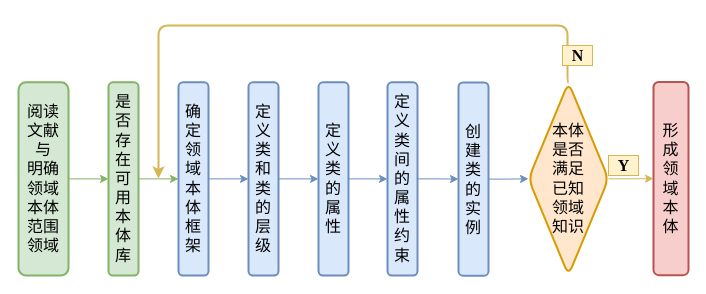
The draw.io diagram owl_build_method.drawio in junchaoIU/Diagrams_library, before the edit. Source tidied: cells renumbered, new cells numbered last; positions are measured from the earlier drawing's top-left corner, leaving out a move shared by most shapes. Both pictures are drawn from the tidied source at 100%, with x=0, y=0 at pixel (18, 25).
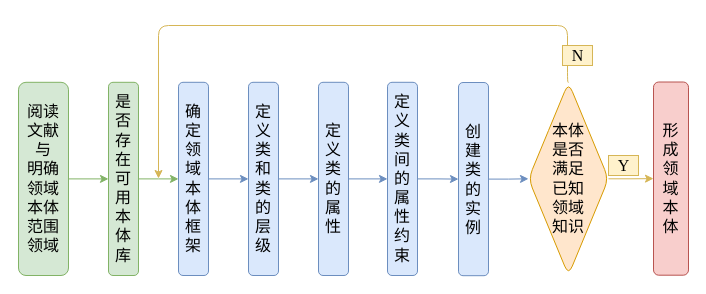
The same diagram, later.

Diff of the diagram source:
```diff
@@
-    <mxCell id="2" style="edgeStyle=orthogonalEdgeStyle;rounded=0;jettySize=auto;html=1;exitX=1;exitY=0.5;exitDx=0;exitDy=0;entryX=0;entryY=0.5;entryDx=0;entryDy=0;fontSize=16;fontStyle=0;fontFamily=Times New Roman;sketch=0;shadow=0;snapToPoint=0;fixDash=0;backgroundOutline=0;enumerate=0;comic=0;fillColor=#d5e8d4;strokeColor=#82b366;" parent="1" edge="1" source="3" target="16">
+    <mxCell id="2" style="edgeStyle=orthogonalEdgeStyle;rounded=0;jettySize=auto;html=1;exitX=1;exitY=0.5;exitDx=0;exitDy=0;entryX=0;entryY=0.5;entryDx=0;entryDy=0;fontSize=16;fontStyle=0;fontFamily=Times New Roman;sketch=0;shadow=0;snapToPoint=0;fixDash=0;backgroundOutline=0;enumerate=0;comic=0;fillColor=#d5e8d4;strokeColor=#82b366;strokeWidth=1;" parent="1" edge="1" source="3" target="16">
       <mxGeometry relative="1" as="geometry" />
     </mxCell>
-    <mxCell id="3" value="&lt;font style=&quot;font-size: 16px;&quot;&gt;&lt;span style=&quot;font-size: 16px;&quot;&gt;阅读文献与&lt;br style=&quot;font-size: 16px;&quot;&gt;明确领域本体范围领域&lt;/span&gt;&lt;/font&gt;" style="rounded=1;whiteSpace=wrap;html=1;strokeWidth=2;fontStyle=0;perimeterSpacing=0;spacing=3;fontSize=16;fontFamily=Times New Roman;sketch=0;shadow=0;snapToPoint=0;fixDash=0;backgroundOutline=0;enumerate=0;comic=0;fillColor=#d5e8d4;strokeColor=#82b366;" parent="1" vertex="1">
+    <mxCell id="3" value="&lt;font style=&quot;font-size: 16px;&quot;&gt;&lt;span style=&quot;font-size: 16px;&quot;&gt;阅读文献与&lt;br style=&quot;font-size: 16px;&quot;&gt;明确领域本体范围领域&lt;/span&gt;&lt;/font&gt;" style="rounded=1;whiteSpace=wrap;html=1;strokeWidth=1;fontStyle=0;perimeterSpacing=0;spacing=3;fontSize=16;fontFamily=Times New Roman;sketch=0;shadow=0;snapToPoint=0;fixDash=0;backgroundOutline=0;enumerate=0;comic=0;fillColor=#d5e8d4;strokeColor=#82b366;" parent="1" vertex="1">
       <mxGeometry y="56.8" width="50" height="193.2" as="geometry" />
     </mxCell>
-    <mxCell id="4" style="edgeStyle=orthogonalEdgeStyle;rounded=0;jettySize=auto;html=1;exitX=1;exitY=0.5;exitDx=0;exitDy=0;entryX=0;entryY=0.5;entryDx=0;entryDy=0;fontSize=16;fontStyle=0;fontFamily=Times New Roman;sketch=0;shadow=0;snapToPoint=0;fixDash=0;backgroundOutline=0;enumerate=0;comic=0;fillColor=#dae8fc;strokeColor=#6c8ebf;" parent="1" edge="1" source="5" target="7">
+    <mxCell id="4" style="edgeStyle=orthogonalEdgeStyle;rounded=0;jettySize=auto;html=1;exitX=1;exitY=0.5;exitDx=0;exitDy=0;entryX=0;entryY=0.5;entryDx=0;entryDy=0;fontSize=16;fontStyle=0;fontFamily=Times New Roman;sketch=0;shadow=0;snapToPoint=0;fixDash=0;backgroundOutline=0;enumerate=0;comic=0;fillColor=#dae8fc;strokeColor=#6c8ebf;strokeWidth=1;" parent="1" edge="1" source="5" target="7">
       <mxGeometry relative="1" as="geometry" />
     </mxCell>
-    <mxCell id="5" value="&lt;font style=&quot;font-size: 16px;&quot;&gt;&lt;span style=&quot;font-size: 16px;&quot;&gt;&lt;span style=&quot;font-size: 16px;&quot;&gt;确定领域本体框架&lt;/span&gt;&lt;/span&gt;&lt;/font&gt;" style="rounded=1;whiteSpace=wrap;html=1;strokeWidth=2;fontStyle=0;spacing=3;fontSize=16;fontFamily=Times New Roman;sketch=0;shadow=0;snapToPoint=0;fixDash=0;backgroundOutline=0;enumerate=0;comic=0;fillColor=#dae8fc;strokeColor=#6c8ebf;" parent="1" vertex="1">
+    <mxCell id="5" value="&lt;font style=&quot;font-size: 16px;&quot;&gt;&lt;span style=&quot;font-size: 16px;&quot;&gt;&lt;span style=&quot;font-size: 16px;&quot;&gt;确定领域本体框架&lt;/span&gt;&lt;/span&gt;&lt;/font&gt;" style="rounded=1;whiteSpace=wrap;html=1;strokeWidth=1;fontStyle=0;spacing=3;fontSize=16;fontFamily=Times New Roman;sketch=0;shadow=0;snapToPoint=0;fixDash=0;backgroundOutline=0;enumerate=0;comic=0;fillColor=#dae8fc;strokeColor=#6c8ebf;" parent="1" vertex="1">
       <mxGeometry x="160" y="56.8" width="30" height="193.2" as="geometry" />
     </mxCell>
-    <mxCell id="6" style="edgeStyle=orthogonalEdgeStyle;rounded=0;jettySize=auto;html=1;exitX=1;exitY=0.5;exitDx=0;exitDy=0;entryX=0;entryY=0.5;entryDx=0;entryDy=0;fontSize=16;fontStyle=0;fontFamily=Times New Roman;sketch=0;shadow=0;snapToPoint=0;fixDash=0;backgroundOutline=0;enumerate=0;comic=0;fillColor=#dae8fc;strokeColor=#6c8ebf;" parent="1" edge="1" source="7" target="9">
+    <mxCell id="6" style="edgeStyle=orthogonalEdgeStyle;rounded=0;jettySize=auto;html=1;exitX=1;exitY=0.5;exitDx=0;exitDy=0;entryX=0;entryY=0.5;entryDx=0;entryDy=0;fontSize=16;fontStyle=0;fontFamily=Times New Roman;sketch=0;shadow=0;snapToPoint=0;fixDash=0;backgroundOutline=0;enumerate=0;comic=0;fillColor=#dae8fc;strokeColor=#6c8ebf;strokeWidth=1;" parent="1" edge="1" source="7" target="9">
       <mxGeometry relative="1" as="geometry" />
     </mxCell>
-    <mxCell id="7" value="&lt;font style=&quot;font-size: 16px;&quot;&gt;&lt;span style=&quot;font-size: 16px;&quot;&gt;&lt;span style=&quot;font-size: 16px;&quot;&gt;定义类和类的层级&lt;/span&gt;&lt;/span&gt;&lt;/font&gt;" style="rounded=1;whiteSpace=wrap;html=1;strokeWidth=2;fontStyle=0;spacing=3;fontSize=16;fontFamily=Times New Roman;sketch=0;shadow=0;snapToPoint=0;fixDash=0;backgroundOutline=0;enumerate=0;comic=0;fillColor=#dae8fc;strokeColor=#6c8ebf;" parent="1" vertex="1">
+    <mxCell id="7" value="&lt;font style=&quot;font-size: 16px;&quot;&gt;&lt;span style=&quot;font-size: 16px;&quot;&gt;&lt;span style=&quot;font-size: 16px;&quot;&gt;定义类和类的层级&lt;/span&gt;&lt;/span&gt;&lt;/font&gt;" style="rounded=1;whiteSpace=wrap;html=1;strokeWidth=1;fontStyle=0;spacing=3;fontSize=16;fontFamily=Times New Roman;sketch=0;shadow=0;snapToPoint=0;fixDash=0;backgroundOutline=0;enumerate=0;comic=0;fillColor=#dae8fc;strokeColor=#6c8ebf;" parent="1" vertex="1">
       <mxGeometry x="230" y="56.8" width="30" height="193.2" as="geometry" />
     </mxCell>
-    <mxCell id="8" style="edgeStyle=orthogonalEdgeStyle;rounded=0;jettySize=auto;html=1;exitX=1;exitY=0.5;exitDx=0;exitDy=0;entryX=0;entryY=0.5;entryDx=0;entryDy=0;fontSize=16;fontStyle=0;fontFamily=Times New Roman;sketch=0;shadow=0;snapToPoint=0;fixDash=0;backgroundOutline=0;enumerate=0;comic=0;fillColor=#dae8fc;strokeColor=#6c8ebf;" parent="1" edge="1" source="9" target="11">
+    <mxCell id="8" style="edgeStyle=orthogonalEdgeStyle;rounded=0;jettySize=auto;html=1;exitX=1;exitY=0.5;exitDx=0;exitDy=0;entryX=0;entryY=0.5;entryDx=0;entryDy=0;fontSize=16;fontStyle=0;fontFamily=Times New Roman;sketch=0;shadow=0;snapToPoint=0;fixDash=0;backgroundOutline=0;enumerate=0;comic=0;fillColor=#dae8fc;strokeColor=#6c8ebf;strokeWidth=1;" parent="1" edge="1" source="9" target="11">
       <mxGeometry relative="1" as="geometry" />
     </mxCell>
-    <mxCell id="9" value="&lt;font style=&quot;font-size: 16px&quot;&gt;&lt;span style=&quot;font-size: 16px&quot;&gt;&lt;span style=&quot;font-size: 16px&quot;&gt;定义类的属性&lt;/span&gt;&lt;/span&gt;&lt;/font&gt;" style="rounded=1;whiteSpace=wrap;html=1;strokeWidth=2;fontStyle=0;spacing=3;fontSize=16;fontFamily=Times New Roman;sketch=0;shadow=0;snapToPoint=0;fixDash=0;backgroundOutline=0;enumerate=0;comic=0;fillColor=#dae8fc;strokeColor=#6c8ebf;" parent="1" vertex="1">
+    <mxCell id="9" value="&lt;font style=&quot;font-size: 16px&quot;&gt;&lt;span style=&quot;font-size: 16px&quot;&gt;&lt;span style=&quot;font-size: 16px&quot;&gt;定义类的属性&lt;/span&gt;&lt;/span&gt;&lt;/font&gt;" style="rounded=1;whiteSpace=wrap;html=1;strokeWidth=1;fontStyle=0;spacing=3;fontSize=16;fontFamily=Times New Roman;sketch=0;shadow=0;snapToPoint=0;fixDash=0;backgroundOutline=0;enumerate=0;comic=0;fillColor=#dae8fc;strokeColor=#6c8ebf;" parent="1" vertex="1">
       <mxGeometry x="300" y="56.8" width="30" height="193.2" as="geometry" />
     </mxCell>
-    <mxCell id="10" style="edgeStyle=orthogonalEdgeStyle;rounded=0;jettySize=auto;html=1;exitX=1;exitY=0.5;exitDx=0;exitDy=0;entryX=0;entryY=0.5;entryDx=0;entryDy=0;fontSize=16;fontStyle=0;fontFamily=Times New Roman;sketch=0;shadow=0;snapToPoint=0;fixDash=0;backgroundOutline=0;enumerate=0;comic=0;fillColor=#dae8fc;strokeColor=#6c8ebf;" parent="1" edge="1" source="11" target="13">
+    <mxCell id="10" style="edgeStyle=orthogonalEdgeStyle;rounded=0;jettySize=auto;html=1;exitX=1;exitY=0.5;exitDx=0;exitDy=0;entryX=0;entryY=0.5;entryDx=0;entryDy=0;fontSize=16;fontStyle=0;fontFamily=Times New Roman;sketch=0;shadow=0;snapToPoint=0;fixDash=0;backgroundOutline=0;enumerate=0;comic=0;fillColor=#dae8fc;strokeColor=#6c8ebf;strokeWidth=1;" parent="1" edge="1" source="11" target="13">
       <mxGeometry relative="1" as="geometry" />
     </mxCell>
-    <mxCell id="11" value="&lt;font style=&quot;font-size: 16px;&quot;&gt;&lt;span style=&quot;font-size: 16px;&quot;&gt;&lt;span style=&quot;font-size: 16px;&quot;&gt;定义类间的属性约束&lt;/span&gt;&lt;/span&gt;&lt;/font&gt;" style="rounded=1;whiteSpace=wrap;html=1;strokeWidth=2;fontStyle=0;spacing=3;fontSize=16;fontFamily=Times New Roman;sketch=0;shadow=0;snapToPoint=0;fixDash=0;backgroundOutline=0;enumerate=0;comic=0;fillColor=#dae8fc;strokeColor=#6c8ebf;" parent="1" vertex="1">
+    <mxCell id="11" value="&lt;font style=&quot;font-size: 16px;&quot;&gt;&lt;span style=&quot;font-size: 16px;&quot;&gt;&lt;span style=&quot;font-size: 16px;&quot;&gt;定义类间的属性约束&lt;/span&gt;&lt;/span&gt;&lt;/font&gt;" style="rounded=1;whiteSpace=wrap;html=1;strokeWidth=1;fontStyle=0;spacing=3;fontSize=16;fontFamily=Times New Roman;sketch=0;shadow=0;snapToPoint=0;fixDash=0;backgroundOutline=0;enumerate=0;comic=0;fillColor=#dae8fc;strokeColor=#6c8ebf;" parent="1" vertex="1">
       <mxGeometry x="369" y="56.8" width="30" height="193.2" as="geometry" />
     </mxCell>
-    <mxCell id="12" style="edgeStyle=orthogonalEdgeStyle;rounded=0;jettySize=auto;html=1;exitX=1;exitY=0.5;exitDx=0;exitDy=0;entryX=0;entryY=0.5;entryDx=0;entryDy=0;fontSize=16;fontStyle=0;fontFamily=Times New Roman;sketch=0;shadow=0;snapToPoint=0;fixDash=0;backgroundOutline=0;enumerate=0;comic=0;fillColor=#dae8fc;strokeColor=#6c8ebf;" parent="1" edge="1" source="13" target="19">
+    <mxCell id="12" style="edgeStyle=orthogonalEdgeStyle;rounded=0;jettySize=auto;html=1;exitX=1;exitY=0.5;exitDx=0;exitDy=0;entryX=0;entryY=0.5;entryDx=0;entryDy=0;fontSize=16;fontStyle=0;fontFamily=Times New Roman;sketch=0;shadow=0;snapToPoint=0;fixDash=0;backgroundOutline=0;enumerate=0;comic=0;fillColor=#dae8fc;strokeColor=#6c8ebf;strokeWidth=1;" parent="1" edge="1" source="13" target="19">
       <mxGeometry relative="1" as="geometry" />
     </mxCell>
-    <mxCell id="13" value="&lt;font style=&quot;font-size: 16px;&quot;&gt;&lt;span style=&quot;font-size: 16px;&quot;&gt;&lt;span style=&quot;font-size: 16px;&quot;&gt;创建类的实例&lt;/span&gt;&lt;/span&gt;&lt;/font&gt;" style="rounded=1;whiteSpace=wrap;html=1;strokeWidth=2;fontStyle=0;spacing=3;fontSize=16;fontFamily=Times New Roman;sketch=0;shadow=0;snapToPoint=0;fixDash=0;backgroundOutline=0;enumerate=0;comic=0;fillColor=#dae8fc;strokeColor=#6c8ebf;" parent="1" vertex="1">
+    <mxCell id="13" value="&lt;font style=&quot;font-size: 16px;&quot;&gt;&lt;span style=&quot;font-size: 16px;&quot;&gt;&lt;span style=&quot;font-size: 16px;&quot;&gt;创建类的实例&lt;/span&gt;&lt;/span&gt;&lt;/font&gt;" style="rounded=1;whiteSpace=wrap;html=1;strokeWidth=1;fontStyle=0;spacing=3;fontSize=16;fontFamily=Times New Roman;sketch=0;shadow=0;snapToPoint=0;fixDash=0;backgroundOutline=0;enumerate=0;comic=0;fillColor=#dae8fc;strokeColor=#6c8ebf;" parent="1" vertex="1">
       <mxGeometry x="440" y="57" width="30" height="193.2" as="geometry" />
     </mxCell>
-    <mxCell id="14" value="&lt;font style=&quot;font-size: 16px;&quot;&gt;&lt;span style=&quot;font-size: 16px;&quot;&gt;&lt;span style=&quot;font-size: 16px;&quot;&gt;形成领域本体&lt;/span&gt;&lt;/span&gt;&lt;/font&gt;" style="rounded=1;whiteSpace=wrap;html=1;strokeWidth=2;fontStyle=0;spacing=3;fontSize=16;fontFamily=Times New Roman;sketch=0;shadow=0;snapToPoint=0;fixDash=0;backgroundOutline=0;enumerate=0;comic=0;fillColor=#f8cecc;strokeColor=#b85450;" parent="1" vertex="1">
+    <mxCell id="14" value="&lt;font style=&quot;font-size: 16px;&quot;&gt;&lt;span style=&quot;font-size: 16px;&quot;&gt;&lt;span style=&quot;font-size: 16px;&quot;&gt;形成领域本体&lt;/span&gt;&lt;/span&gt;&lt;/font&gt;" style="rounded=1;whiteSpace=wrap;html=1;strokeWidth=1;fontStyle=0;spacing=3;fontSize=16;fontFamily=Times New Roman;sketch=0;shadow=0;snapToPoint=0;fixDash=0;backgroundOutline=0;enumerate=0;comic=0;fillColor=#f8cecc;strokeColor=#b85450;" parent="1" vertex="1">
       <mxGeometry x="635" y="56.5" width="35" height="193.2" as="geometry" />
     </mxCell>
-    <mxCell id="15" style="edgeStyle=orthogonalEdgeStyle;rounded=0;jettySize=auto;html=1;exitX=1;exitY=0.5;exitDx=0;exitDy=0;fontSize=16;fontStyle=0;fontFamily=Times New Roman;sketch=0;shadow=0;snapToPoint=0;fixDash=0;backgroundOutline=0;enumerate=0;comic=0;fillColor=#d5e8d4;strokeColor=#82b366;" parent="1" edge="1" source="16" target="5">
+    <mxCell id="15" style="edgeStyle=orthogonalEdgeStyle;rounded=0;jettySize=auto;html=1;exitX=1;exitY=0.5;exitDx=0;exitDy=0;fontSize=16;fontStyle=0;fontFamily=Times New Roman;sketch=0;shadow=0;snapToPoint=0;fixDash=0;backgroundOutline=0;enumerate=0;comic=0;fillColor=#d5e8d4;strokeColor=#82b366;strokeWidth=1;" parent="1" edge="1" source="16" target="5">
       <mxGeometry relative="1" as="geometry" />
     </mxCell>
-    <mxCell id="16" value="&lt;font style=&quot;font-size: 16px;&quot;&gt;&lt;span style=&quot;font-size: 16px;&quot;&gt;是否存在可用本体库&lt;/span&gt;&lt;/font&gt;" style="rounded=1;whiteSpace=wrap;html=1;strokeWidth=2;fontStyle=0;perimeterSpacing=0;spacing=3;fontSize=16;fontFamily=Times New Roman;sketch=0;shadow=0;snapToPoint=0;fixDash=0;backgroundOutline=0;enumerate=0;comic=0;glass=0;fillColor=#d5e8d4;strokeColor=#82b366;" parent="1" vertex="1">
+    <mxCell id="16" value="&lt;font style=&quot;font-size: 16px;&quot;&gt;&lt;span style=&quot;font-size: 16px;&quot;&gt;是否存在可用本体库&lt;/span&gt;&lt;/font&gt;" style="rounded=1;whiteSpace=wrap;html=1;strokeWidth=1;fontStyle=0;perimeterSpacing=0;spacing=3;fontSize=16;fontFamily=Times New Roman;sketch=0;shadow=0;snapToPoint=0;fixDash=0;backgroundOutline=0;enumerate=0;comic=0;glass=0;fillColor=#d5e8d4;strokeColor=#82b366;" parent="1" vertex="1">
       <mxGeometry x="90" y="56.8" width="30" height="193.2" as="geometry" />
     </mxCell>
-    <mxCell id="17" style="edgeStyle=orthogonalEdgeStyle;rounded=0;jettySize=auto;html=1;exitX=1;exitY=0.5;exitDx=0;exitDy=0;entryX=0;entryY=0.5;entryDx=0;entryDy=0;fontSize=16;fontStyle=0;fontFamily=Times New Roman;sketch=0;shadow=0;snapToPoint=0;fixDash=0;backgroundOutline=0;enumerate=0;comic=0;fillColor=#fff2cc;strokeColor=#d6b656;" parent="1" edge="1" source="19" target="14">
+    <mxCell id="17" style="edgeStyle=orthogonalEdgeStyle;rounded=0;jettySize=auto;html=1;exitX=1;exitY=0.5;exitDx=0;exitDy=0;entryX=0;entryY=0.5;entryDx=0;entryDy=0;fontSize=16;fontStyle=0;fontFamily=Times New Roman;sketch=0;shadow=0;snapToPoint=0;fixDash=0;backgroundOutline=0;enumerate=0;comic=0;fillColor=#fff2cc;strokeColor=#d6b656;strokeWidth=1;" parent="1" edge="1" source="19" target="14">
       <mxGeometry relative="1" as="geometry" />
     </mxCell>
-    <mxCell id="18" style="edgeStyle=orthogonalEdgeStyle;rounded=1;jettySize=auto;html=1;exitX=0.5;exitY=0;exitDx=0;exitDy=0;fontSize=16;strokeWidth=2;fontStyle=0;fontFamily=Times New Roman;sketch=0;shadow=0;snapToPoint=0;fixDash=0;backgroundOutline=0;enumerate=0;comic=0;fillColor=#fff2cc;strokeColor=#d6b656;" parent="1" edge="1" source="19">
+    <mxCell id="18" style="edgeStyle=orthogonalEdgeStyle;rounded=1;jettySize=auto;html=1;exitX=0.5;exitY=0;exitDx=0;exitDy=0;fontSize=16;strokeWidth=1;fontStyle=0;fontFamily=Times New Roman;sketch=0;shadow=0;snapToPoint=0;fixDash=0;backgroundOutline=0;enumerate=0;comic=0;fillColor=#fff2cc;strokeColor=#d6b656;" parent="1" edge="1" source="19">
       <mxGeometry relative="1" as="geometry">
         <mxPoint x="140" y="153" as="targetPoint" />
         <Array as="points">
           <mxPoint x="549" y="57" />
           <mxPoint x="549" />
           <mxPoint x="140" />
         </Array>
       </mxGeometry>
     </mxCell>
-    <mxCell id="19" value="&lt;span style=&quot;font-size: 16px;&quot;&gt;本体&lt;br style=&quot;font-size: 16px;&quot;&gt;是否&lt;br style=&quot;font-size: 16px;&quot;&gt;满足&lt;br style=&quot;font-size: 16px;&quot;&gt;已知&lt;br style=&quot;font-size: 16px;&quot;&gt;领域&lt;br style=&quot;font-size: 16px;&quot;&gt;知识&lt;/span&gt;" style="rhombus;whiteSpace=wrap;html=1;rounded=1;fontSize=16;fontStyle=0;strokeWidth=2;fontFamily=Times New Roman;sketch=0;shadow=0;snapToPoint=0;fixDash=0;backgroundOutline=0;enumerate=0;comic=0;fillColor=#ffe6cc;strokeColor=#d79b00;" parent="1" vertex="1">
+    <mxCell id="19" value="&lt;span style=&quot;font-size: 16px;&quot;&gt;本体&lt;br style=&quot;font-size: 16px;&quot;&gt;是否&lt;br style=&quot;font-size: 16px;&quot;&gt;满足&lt;br style=&quot;font-size: 16px;&quot;&gt;已知&lt;br style=&quot;font-size: 16px;&quot;&gt;领域&lt;br style=&quot;font-size: 16px;&quot;&gt;知识&lt;/span&gt;" style="rhombus;whiteSpace=wrap;html=1;rounded=1;fontSize=16;fontStyle=0;strokeWidth=1;fontFamily=Times New Roman;sketch=0;shadow=0;snapToPoint=0;fixDash=0;backgroundOutline=0;enumerate=0;comic=0;fillColor=#ffe6cc;strokeColor=#d79b00;" parent="1" vertex="1">
       <mxGeometry x="510" y="56.8" width="80" height="193" as="geometry" />
     </mxCell>
-    <mxCell id="20" value="&lt;font style=&quot;font-size: 16px;&quot;&gt;&lt;span style=&quot;font-size: 16px;&quot;&gt;Y&lt;/span&gt;&lt;/font&gt;" style="text;html=1;align=center;verticalAlign=middle;strokeColor=#d6b656;fillColor=#fff2cc;fontSize=16;fontStyle=1;fontFamily=Times New Roman;sketch=0;shadow=0;fixDash=0;backgroundOutline=0;enumerate=0;comic=0;" parent="1" vertex="1">
+    <mxCell id="20" value="&lt;font style=&quot;font-size: 16px;&quot;&gt;&lt;span style=&quot;font-size: 16px;&quot;&gt;Y&lt;/span&gt;&lt;/font&gt;" style="text;html=1;align=center;verticalAlign=middle;strokeColor=#d6b656;fillColor=#fff2cc;fontSize=16;fontStyle=0;fontFamily=Times New Roman;sketch=0;shadow=0;fixDash=0;backgroundOutline=0;enumerate=0;comic=0;strokeWidth=1;" parent="1" vertex="1">
       <mxGeometry x="590" y="130" width="30" height="20" as="geometry" />
     </mxCell>
-    <mxCell id="21" value="&lt;span style=&quot;font-size: 16px;&quot;&gt;N&lt;/span&gt;" style="text;html=1;align=center;verticalAlign=middle;strokeColor=#d6b656;fillColor=#fff2cc;fontSize=16;fontFamily=Times New Roman;fontStyle=1;sketch=0;shadow=0;fixDash=0;backgroundOutline=0;enumerate=0;comic=0;" parent="1" vertex="1">
+    <mxCell id="21" value="&lt;span style=&quot;font-size: 16px;&quot;&gt;N&lt;/span&gt;" style="text;html=1;align=center;verticalAlign=middle;strokeColor=#d6b656;fillColor=#fff2cc;fontSize=16;fontFamily=Times New Roman;fontStyle=0;sketch=0;shadow=0;fixDash=0;backgroundOutline=0;enumerate=0;comic=0;strokeWidth=1;" parent="1" vertex="1">
       <mxGeometry x="544" y="20" width="30" height="20" as="geometry" />
     </mxCell>
```
